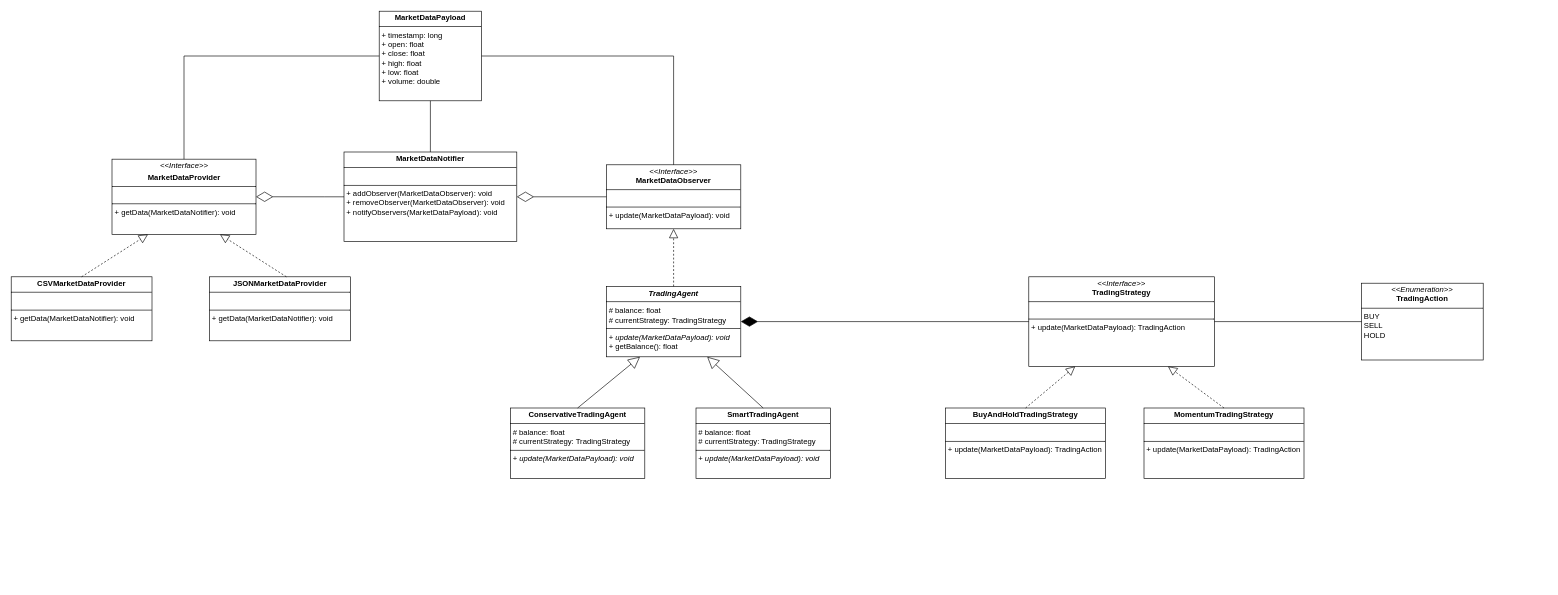
The draw.io diagram assets/uml.drawio in Filipeak/mini-hedge-fund, before the edit. Source tidied: cells renumbered, new cells numbered last; positions are measured from the earlier drawing's top-left corner, leaving out a move shared by most shapes. Both pictures are drawn from the tidied source at 64%, with x=0, y=0 at pixel (11, 11).
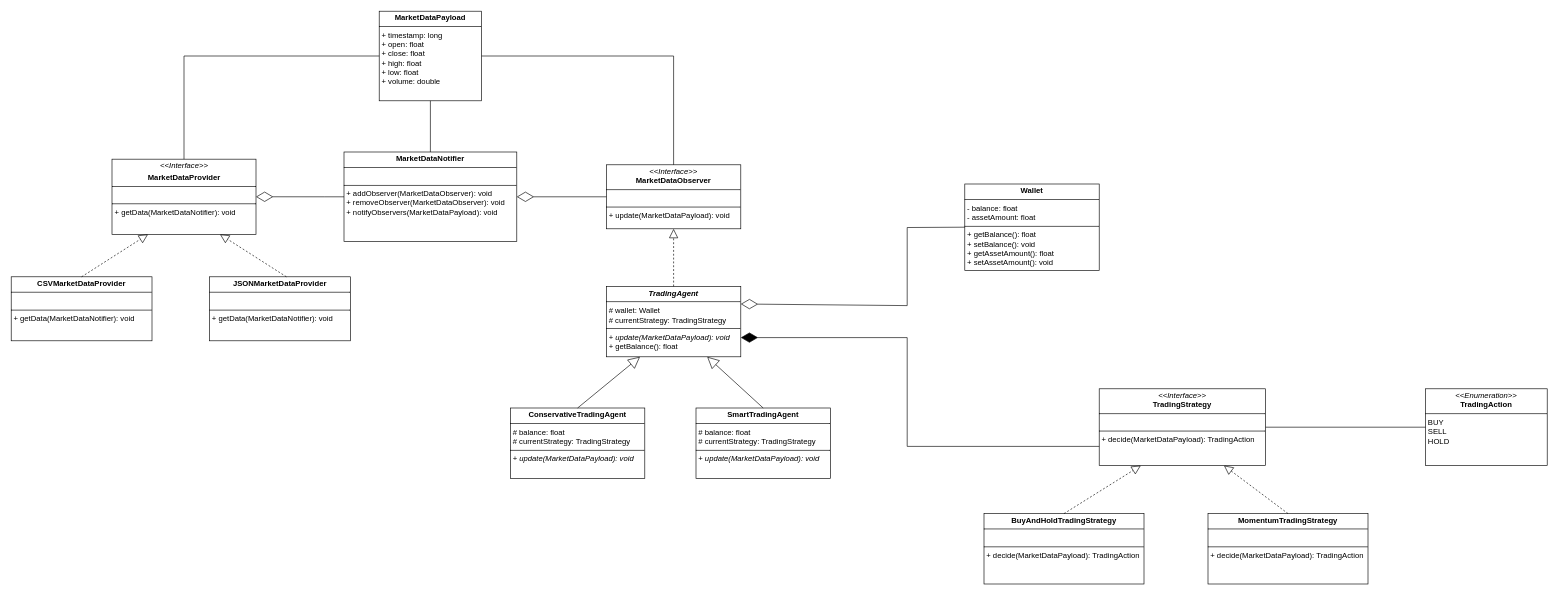
The same page after the edit.

Commit message:
Add wallet to architecture, change update to decide in strategy

What changed in the source:
```diff
@@
-    <mxCell id="5" value="&lt;p style=&quot;margin:0px;margin-top:4px;text-align:center;&quot;&gt;&lt;b&gt;&lt;i&gt;TradingAgent&lt;/i&gt;&lt;/b&gt;&lt;/p&gt;&lt;hr size=&quot;1&quot; style=&quot;border-style:solid;&quot;&gt;&lt;p style=&quot;margin:0px;margin-left:4px;&quot;&gt;# balance: float&lt;/p&gt;&lt;p style=&quot;margin:0px;margin-left:4px;&quot;&gt;# currentStrategy: TradingStrategy&lt;/p&gt;&lt;hr size=&quot;1&quot; style=&quot;border-style:solid;&quot;&gt;&lt;p style=&quot;margin:0px;margin-left:4px;&quot;&gt;+ &lt;i&gt;update(MarketDataPayload): void&lt;/i&gt;&lt;br&gt;&lt;/p&gt;&lt;p style=&quot;margin:0px;margin-left:4px;&quot;&gt;+ getBalance(): float&lt;/p&gt;&lt;p style=&quot;margin:0px;margin-left:4px;&quot;&gt;&lt;br&gt;&lt;/p&gt;" style="verticalAlign=top;align=left;overflow=fill;html=1;whiteSpace=wrap;" parent="1" vertex="1">
+    <mxCell id="5" value="&lt;p style=&quot;margin:0px;margin-top:4px;text-align:center;&quot;&gt;&lt;b&gt;&lt;i&gt;TradingAgent&lt;/i&gt;&lt;/b&gt;&lt;/p&gt;&lt;hr size=&quot;1&quot; style=&quot;border-style:solid;&quot;&gt;&lt;p style=&quot;margin:0px;margin-left:4px;&quot;&gt;# wallet: Wallet&lt;/p&gt;&lt;p style=&quot;margin:0px;margin-left:4px;&quot;&gt;# currentStrategy: TradingStrategy&lt;/p&gt;&lt;hr size=&quot;1&quot; style=&quot;border-style:solid;&quot;&gt;&lt;p style=&quot;margin:0px;margin-left:4px;&quot;&gt;+ &lt;i&gt;update(MarketDataPayload): void&lt;/i&gt;&lt;br&gt;&lt;/p&gt;&lt;p style=&quot;margin:0px;margin-left:4px;&quot;&gt;+ getBalance(): float&lt;/p&gt;&lt;p style=&quot;margin:0px;margin-left:4px;&quot;&gt;&lt;br&gt;&lt;/p&gt;" style="verticalAlign=top;align=left;overflow=fill;html=1;whiteSpace=wrap;" parent="1" vertex="1">
       <mxGeometry x="930" y="430" width="210" height="110" as="geometry" />
     </mxCell>
@@
-    <mxCell id="11" value="&lt;p style=&quot;margin:0px;margin-top:4px;text-align:center;&quot;&gt;&lt;i&gt;&amp;lt;&amp;lt;Interface&amp;gt;&amp;gt;&lt;/i&gt;&lt;br&gt;&lt;b&gt;TradingStrategy&lt;/b&gt;&lt;/p&gt;&lt;hr size=&quot;1&quot; style=&quot;border-style:solid;&quot;&gt;&lt;p style=&quot;margin:0px;margin-left:4px;&quot;&gt;&lt;br&gt;&lt;/p&gt;&lt;hr size=&quot;1&quot; style=&quot;border-style:solid;&quot;&gt;&lt;p style=&quot;margin:0px;margin-left:4px;&quot;&gt;+ update(MarketDataPayload): TradingAction&lt;br&gt;&lt;/p&gt;" style="verticalAlign=top;align=left;overflow=fill;html=1;whiteSpace=wrap;" parent="1" vertex="1">
-      <mxGeometry x="1590" y="415" width="290" height="140" as="geometry" />
+    <mxCell id="11" value="&lt;p style=&quot;margin:0px;margin-top:4px;text-align:center;&quot;&gt;&lt;i&gt;&amp;lt;&amp;lt;Interface&amp;gt;&amp;gt;&lt;/i&gt;&lt;br&gt;&lt;b&gt;TradingStrategy&lt;/b&gt;&lt;/p&gt;&lt;hr size=&quot;1&quot; style=&quot;border-style:solid;&quot;&gt;&lt;p style=&quot;margin:0px;margin-left:4px;&quot;&gt;&lt;br&gt;&lt;/p&gt;&lt;hr size=&quot;1&quot; style=&quot;border-style:solid;&quot;&gt;&lt;p style=&quot;margin:0px;margin-left:4px;&quot;&gt;+ decide(MarketDataPayload): TradingAction&lt;br&gt;&lt;/p&gt;" style="verticalAlign=top;align=left;overflow=fill;html=1;whiteSpace=wrap;" parent="1" vertex="1">
+      <mxGeometry x="1700" y="590" width="260" height="120" as="geometry" />
     </mxCell>
     <mxCell id="12" value="&lt;p style=&quot;margin:0px;margin-top:4px;text-align:center;&quot;&gt;&lt;i&gt;&amp;lt;&amp;lt;Enumeration&amp;gt;&amp;gt;&lt;/i&gt;&lt;br&gt;&lt;b&gt;TradingAction&lt;/b&gt;&lt;/p&gt;&lt;hr size=&quot;1&quot; style=&quot;border-style:solid;&quot;&gt;&lt;p style=&quot;margin:0px;margin-left:4px;&quot;&gt;BUY&lt;/p&gt;&lt;p style=&quot;margin:0px;margin-left:4px;&quot;&gt;SELL&lt;/p&gt;&lt;p style=&quot;margin:0px;margin-left:4px;&quot;&gt;HOLD&lt;/p&gt;" style="verticalAlign=top;align=left;overflow=fill;html=1;whiteSpace=wrap;" parent="1" vertex="1">
-      <mxGeometry x="2110" y="425" width="190" height="120" as="geometry" />
+      <mxGeometry x="2210" y="590" width="190" height="120" as="geometry" />
     </mxCell>
@@
-    <mxCell id="14" value="&lt;p style=&quot;margin:0px;margin-top:4px;text-align:center;&quot;&gt;&lt;b&gt;BuyAndHoldTradingStrategy&lt;/b&gt;&lt;/p&gt;&lt;hr size=&quot;1&quot; style=&quot;border-style:solid;&quot;&gt;&lt;p style=&quot;margin:0px;margin-left:4px;&quot;&gt;&lt;br&gt;&lt;/p&gt;&lt;hr size=&quot;1&quot; style=&quot;border-style:solid;&quot;&gt;&lt;p style=&quot;margin:0px;margin-left:4px;&quot;&gt;+ update(MarketDataPayload):&amp;nbsp;&lt;span style=&quot;background-color: transparent; color: light-dark(rgb(0, 0, 0), rgb(255, 255, 255));&quot;&gt;TradingAction&lt;/span&gt;&lt;br&gt;&lt;/p&gt;&lt;p style=&quot;margin:0px;margin-left:4px;&quot;&gt;&lt;br&gt;&lt;/p&gt;" style="verticalAlign=top;align=left;overflow=fill;html=1;whiteSpace=wrap;" parent="1" vertex="1">
-      <mxGeometry x="1460" y="620" width="250" height="110" as="geometry" />
+    <mxCell id="14" value="&lt;p style=&quot;margin:0px;margin-top:4px;text-align:center;&quot;&gt;&lt;b&gt;BuyAndHoldTradingStrategy&lt;/b&gt;&lt;/p&gt;&lt;hr size=&quot;1&quot; style=&quot;border-style:solid;&quot;&gt;&lt;p style=&quot;margin:0px;margin-left:4px;&quot;&gt;&lt;br&gt;&lt;/p&gt;&lt;hr size=&quot;1&quot; style=&quot;border-style:solid;&quot;&gt;&lt;p style=&quot;margin:0px;margin-left:4px;&quot;&gt;+ decide(MarketDataPayload):&amp;nbsp;&lt;span style=&quot;background-color: transparent; color: light-dark(rgb(0, 0, 0), rgb(255, 255, 255));&quot;&gt;TradingAction&lt;/span&gt;&lt;br&gt;&lt;/p&gt;&lt;p style=&quot;margin:0px;margin-left:4px;&quot;&gt;&lt;br&gt;&lt;/p&gt;" style="verticalAlign=top;align=left;overflow=fill;html=1;whiteSpace=wrap;" parent="1" vertex="1">
+      <mxGeometry x="1520" y="785" width="250" height="110" as="geometry" />
     </mxCell>
-    <mxCell id="15" value="&lt;p style=&quot;margin:0px;margin-top:4px;text-align:center;&quot;&gt;&lt;b&gt;MomentumTradingStrategy&lt;/b&gt;&lt;/p&gt;&lt;hr size=&quot;1&quot; style=&quot;border-style:solid;&quot;&gt;&lt;p style=&quot;margin:0px;margin-left:4px;&quot;&gt;&lt;br&gt;&lt;/p&gt;&lt;hr size=&quot;1&quot; style=&quot;border-style:solid;&quot;&gt;&lt;p style=&quot;margin:0px;margin-left:4px;&quot;&gt;+ update(MarketDataPayload):&amp;nbsp;&lt;span style=&quot;background-color: transparent; color: light-dark(rgb(0, 0, 0), rgb(255, 255, 255));&quot;&gt;TradingAction&lt;/span&gt;&lt;br&gt;&lt;/p&gt;&lt;p style=&quot;margin:0px;margin-left:4px;&quot;&gt;&lt;br&gt;&lt;/p&gt;" style="verticalAlign=top;align=left;overflow=fill;html=1;whiteSpace=wrap;" parent="1" vertex="1">
-      <mxGeometry x="1770" y="620" width="250" height="110" as="geometry" />
+    <mxCell id="15" value="&lt;p style=&quot;margin:0px;margin-top:4px;text-align:center;&quot;&gt;&lt;b&gt;MomentumTradingStrategy&lt;/b&gt;&lt;/p&gt;&lt;hr size=&quot;1&quot; style=&quot;border-style:solid;&quot;&gt;&lt;p style=&quot;margin:0px;margin-left:4px;&quot;&gt;&lt;br&gt;&lt;/p&gt;&lt;hr size=&quot;1&quot; style=&quot;border-style:solid;&quot;&gt;&lt;p style=&quot;margin:0px;margin-left:4px;&quot;&gt;+ decide(MarketDataPayload):&amp;nbsp;&lt;span style=&quot;background-color: transparent; color: light-dark(rgb(0, 0, 0), rgb(255, 255, 255));&quot;&gt;TradingAction&lt;/span&gt;&lt;br&gt;&lt;/p&gt;&lt;p style=&quot;margin:0px;margin-left:4px;&quot;&gt;&lt;br&gt;&lt;/p&gt;" style="verticalAlign=top;align=left;overflow=fill;html=1;whiteSpace=wrap;" parent="1" vertex="1">
+      <mxGeometry x="1870" y="785" width="250" height="110" as="geometry" />
     </mxCell>
@@
-    <mxCell id="28" style="endArrow=diamondThin;endFill=1;endSize=24;html=1;rounded=0;entryX=1;entryY=0.5;entryDx=0;entryDy=0;exitX=0;exitY=0.5;exitDx=0;exitDy=0;" parent="1" edge="1" source="11" target="5">
-      <mxGeometry relative="1" as="geometry" />
+    <mxCell id="28" style="endArrow=diamondThin;endFill=1;endSize=24;html=1;rounded=0;entryX=1;entryY=0.5;entryDx=0;entryDy=0;exitX=0;exitY=0.75;exitDx=0;exitDy=0;" parent="1" edge="1" source="11">
+      <mxGeometry relative="1" as="geometry">
+        <mxPoint x="1140" y="510" as="targetPoint" />
+        <Array as="points">
+          <mxPoint x="1400" y="680" />
+          <mxPoint x="1400" y="510" />
+        </Array>
+      </mxGeometry>
     </mxCell>
+    <mxCell id="29" value="&lt;p style=&quot;margin:0px;margin-top:4px;text-align:center;&quot;&gt;&lt;b&gt;Wallet&lt;/b&gt;&lt;/p&gt;&lt;hr size=&quot;1&quot; style=&quot;border-style:solid;&quot;&gt;&lt;p style=&quot;margin:0px;margin-left:4px;&quot;&gt;- balance: float&lt;/p&gt;&lt;p style=&quot;margin:0px;margin-left:4px;&quot;&gt;- assetAmount: float&lt;/p&gt;&lt;hr size=&quot;1&quot; style=&quot;border-style:solid;&quot;&gt;&lt;p style=&quot;margin:0px;margin-left:4px;&quot;&gt;&lt;span style=&quot;background-color: transparent; color: light-dark(rgb(0, 0, 0), rgb(255, 255, 255));&quot;&gt;+ getBalance(): float&lt;/span&gt;&lt;/p&gt;&lt;p style=&quot;margin:0px;margin-left:4px;&quot;&gt;&lt;span style=&quot;background-color: transparent; color: light-dark(rgb(0, 0, 0), rgb(255, 255, 255));&quot;&gt;+ setBalance(): void&lt;/span&gt;&lt;/p&gt;&lt;p style=&quot;margin:0px;margin-left:4px;&quot;&gt;&lt;span style=&quot;background-color: transparent; color: light-dark(rgb(0, 0, 0), rgb(255, 255, 255));&quot;&gt;+ getAssetAmount(): float&lt;/span&gt;&lt;/p&gt;&lt;p style=&quot;margin:0px;margin-left:4px;&quot;&gt;&lt;span style=&quot;background-color: transparent; color: light-dark(rgb(0, 0, 0), rgb(255, 255, 255));&quot;&gt;+ setAssetAmount(): void&lt;/span&gt;&lt;/p&gt;&lt;p style=&quot;margin:0px;margin-left:4px;&quot;&gt;&lt;br&gt;&lt;/p&gt;" style="verticalAlign=top;align=left;overflow=fill;html=1;whiteSpace=wrap;" parent="1" vertex="1">
+      <mxGeometry x="1490" y="270" width="210" height="135" as="geometry" />
+    </mxCell>
+    <mxCell id="30" style="endArrow=diamondThin;endFill=0;endSize=24;html=1;rounded=0;entryX=1;entryY=0.25;entryDx=0;entryDy=0;exitX=0;exitY=0.5;exitDx=0;exitDy=0;" parent="1" edge="1" source="29" target="5">
+      <mxGeometry relative="1" as="geometry">
+        <Array as="points">
+          <mxPoint x="1400" y="338" />
+          <mxPoint x="1400" y="460" />
+        </Array>
+      </mxGeometry>
+    </mxCell>
```
